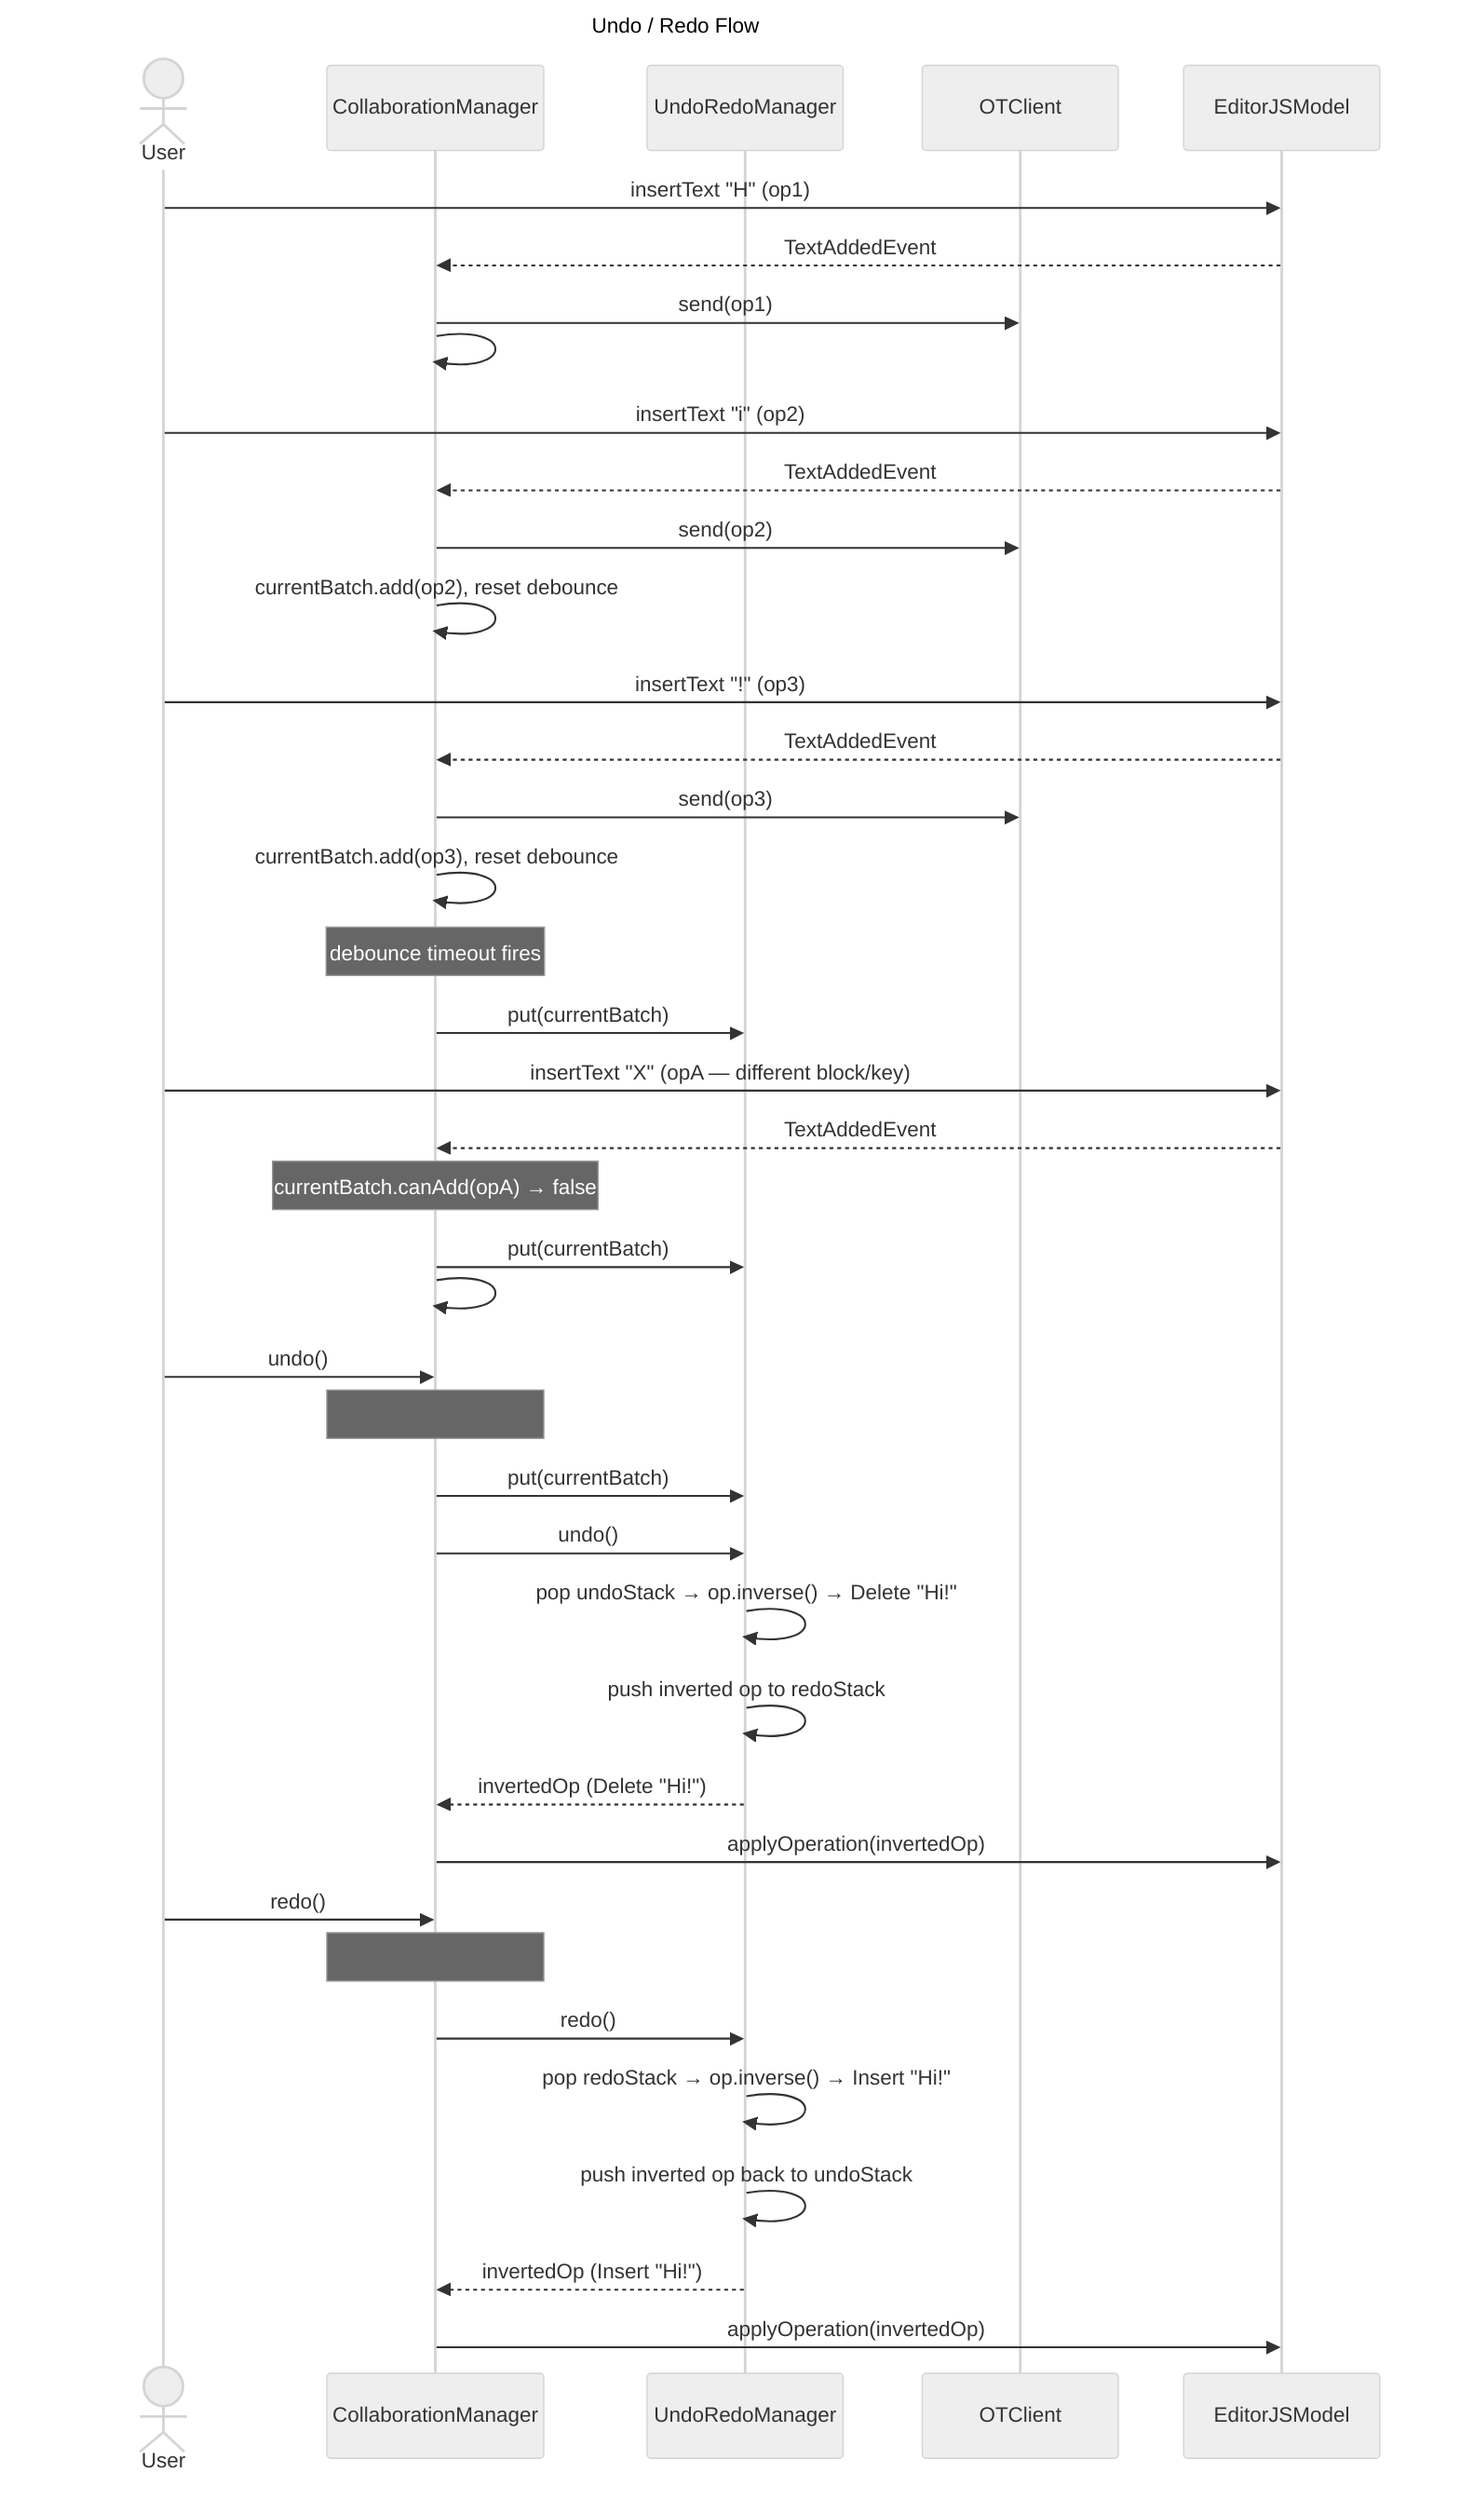
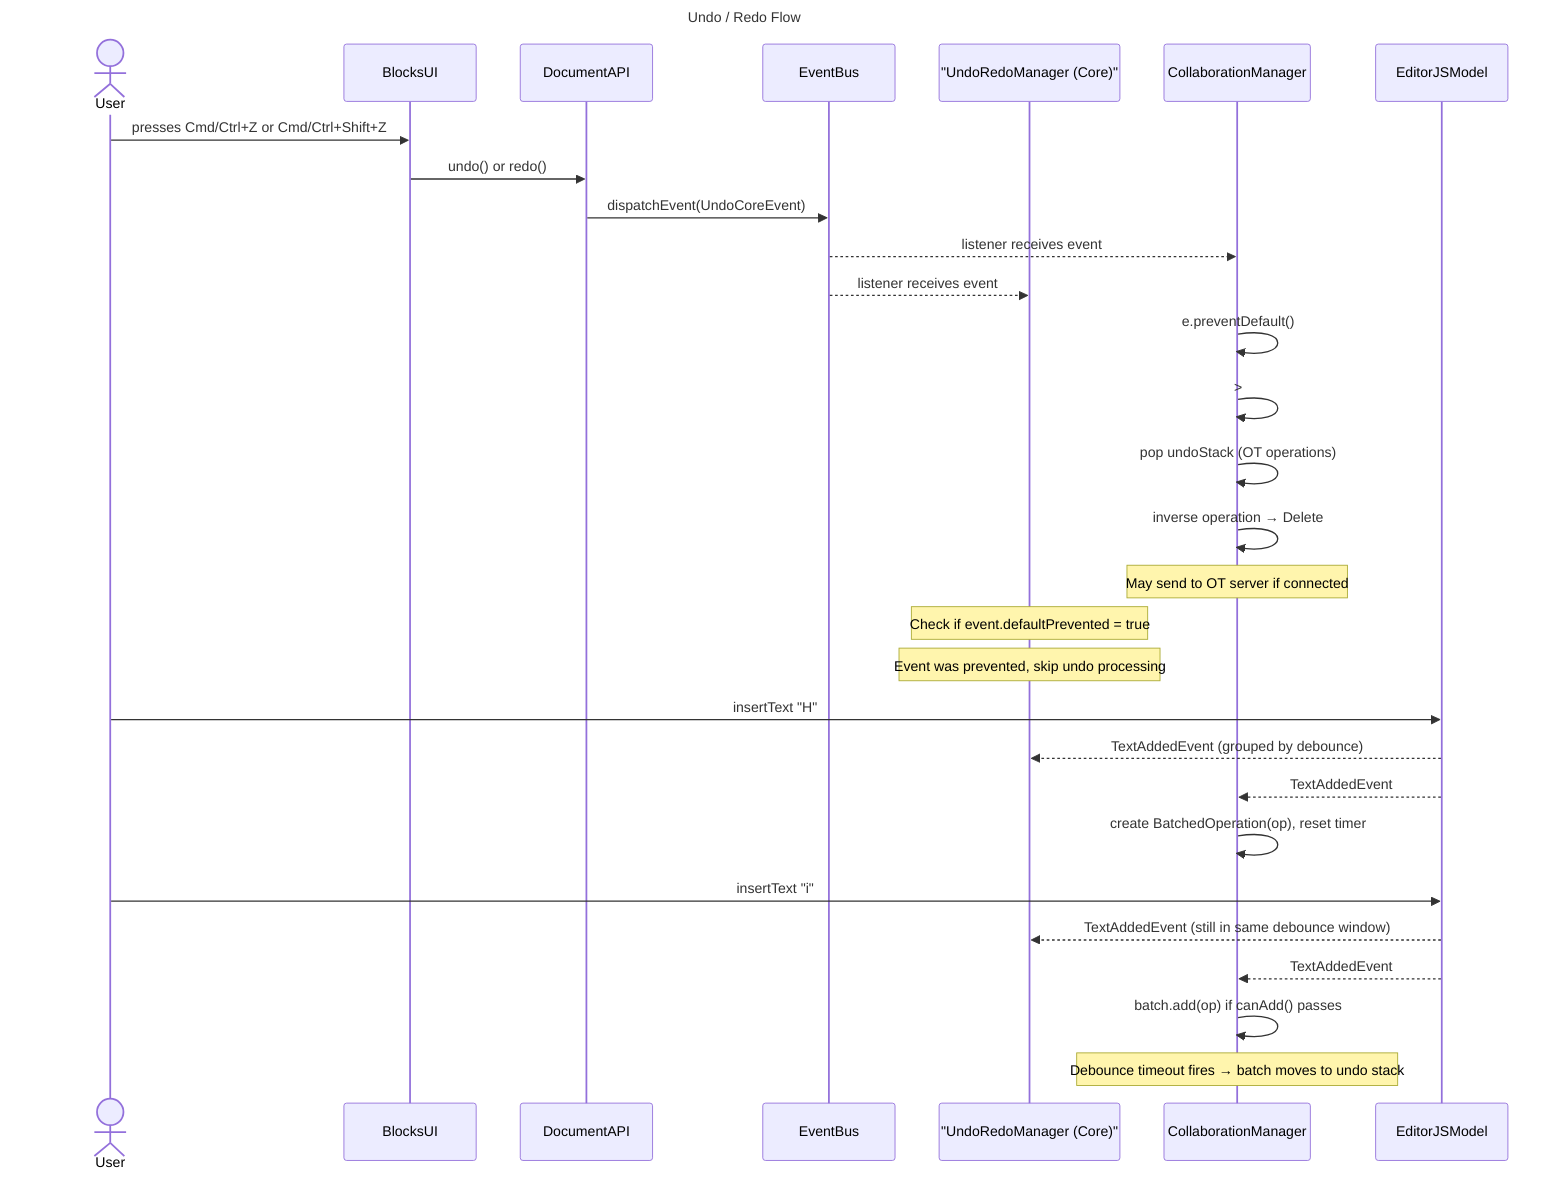
---
title: Undo / Redo Flow
- config:
-   theme: neutral
+ 
---
%% See: ../collaboration.md
sequenceDiagram
  actor User
+   participant BlocksUI
+   participant DocumentAPI
+   participant EventBus
+   participant CoreUndoRedoManager as "UndoRedoManager (Core)"
  participant CollaborationManager
-   participant UndoRedoManager
-   participant OTClient
  participant EditorJSModel

-   %% ── Rapid typing — ops are batched ──────────────
-   User->>EditorJSModel: insertText "H" (op1)
+   %% ── User interaction ─────────────────────────────
+   User->>BlocksUI: presses Cmd/Ctrl+Z or Cmd/Ctrl+Shift+Z
+   BlocksUI->>DocumentAPI: undo() or redo()
+ 
+   %% ── Event dispatch and handling ──────────────────
+   DocumentAPI->>EventBus: dispatchEvent(UndoCoreEvent)
+   EventBus-->>CollaborationManager: listener receives event
+   EventBus-->>CoreUndoRedoManager: listener receives event
+ 
+   %% ── Collaboration manager handles (takes over) ───
+   CollaborationManager->>CollaborationManager: e.preventDefault()
+   CollaborationManager->>CollaborationManager: >#putBatchToUndo() — flush currentBatch
+   CollaborationManager->>CollaborationManager: pop undoStack (OT operations)
+   CollaborationManager->>CollaborationManager: inverse operation → Delete
+   Note over CollaborationManager: May send to OT server if connected
+ 
+   %% ── Core manager sees event prevented and skips ──
+   Note over CoreUndoRedoManager: Check if event.defaultPrevented = true
+   Note over CoreUndoRedoManager: Event was prevented, skip undo processing
+ 
+   %% ── Rapid edits are batched ──────────────────────
+   User->>EditorJSModel: insertText "H"
+   EditorJSModel-->>CoreUndoRedoManager: TextAddedEvent (grouped by debounce)
  EditorJSModel-->>CollaborationManager: TextAddedEvent
-   CollaborationManager->>OTClient: send(op1)
-   CollaborationManager->>CollaborationManager: #currentBatch = new BatchedOperation(op1), reset debounce
+   CollaborationManager->>CollaborationManager: create BatchedOperation(op), reset timer

-   User->>EditorJSModel: insertText "i" (op2)
+   User->>EditorJSModel: insertText "i"
+   EditorJSModel-->>CoreUndoRedoManager: TextAddedEvent (still in same debounce window)
  EditorJSModel-->>CollaborationManager: TextAddedEvent
-   CollaborationManager->>OTClient: send(op2)
-   CollaborationManager->>CollaborationManager: currentBatch.add(op2), reset debounce
+   CollaborationManager->>CollaborationManager: batch.add(op) if canAdd() passes

-   User->>EditorJSModel: insertText "!" (op3)
-   EditorJSModel-->>CollaborationManager: TextAddedEvent
-   CollaborationManager->>OTClient: send(op3)
-   CollaborationManager->>CollaborationManager: currentBatch.add(op3), reset debounce
+   Note over CollaborationManager: Debounce timeout fires → batch moves to undo stack

-   %% ── Batch terminates on timeout ──────────────────
-   Note over CollaborationManager: debounce timeout fires
-   CollaborationManager->>UndoRedoManager: put(currentBatch)
- 
-   %% ── Batch terminated early by incompatible op ────
-   User->>EditorJSModel: insertText "X" (opA — different block/key)
-   EditorJSModel-->>CollaborationManager: TextAddedEvent
-   Note over CollaborationManager: currentBatch.canAdd(opA) → false
-   CollaborationManager->>UndoRedoManager: put(currentBatch)
-   CollaborationManager->>CollaborationManager: #currentBatch = new BatchedOperation(opA)
- 
-   %% ── Undo ─────────────────────────────────────────
-   User->>CollaborationManager: undo()
-   Note over CollaborationManager: #putBatchToUndo() — flush currentBatch
-   CollaborationManager->>UndoRedoManager: put(currentBatch)
- 
-   CollaborationManager->>UndoRedoManager: undo()
-   UndoRedoManager->>UndoRedoManager: pop undoStack → op.inverse() → Delete "Hi!"
-   UndoRedoManager->>UndoRedoManager: push inverted op to redoStack
-   UndoRedoManager-->>CollaborationManager: invertedOp (Delete "Hi!")
- 
-   CollaborationManager->>EditorJSModel: applyOperation(invertedOp)
- 
-   %% ── Redo ─────────────────────────────────────────
-   User->>CollaborationManager: redo()
-   Note over CollaborationManager: #putBatchToUndo() — flush currentBatch
-   CollaborationManager->>UndoRedoManager: redo()
-   UndoRedoManager->>UndoRedoManager: pop redoStack → op.inverse() → Insert "Hi!"
-   UndoRedoManager->>UndoRedoManager: push inverted op back to undoStack
-   UndoRedoManager-->>CollaborationManager: invertedOp (Insert "Hi!")
- 
-   CollaborationManager->>EditorJSModel: applyOperation(invertedOp)
- 
